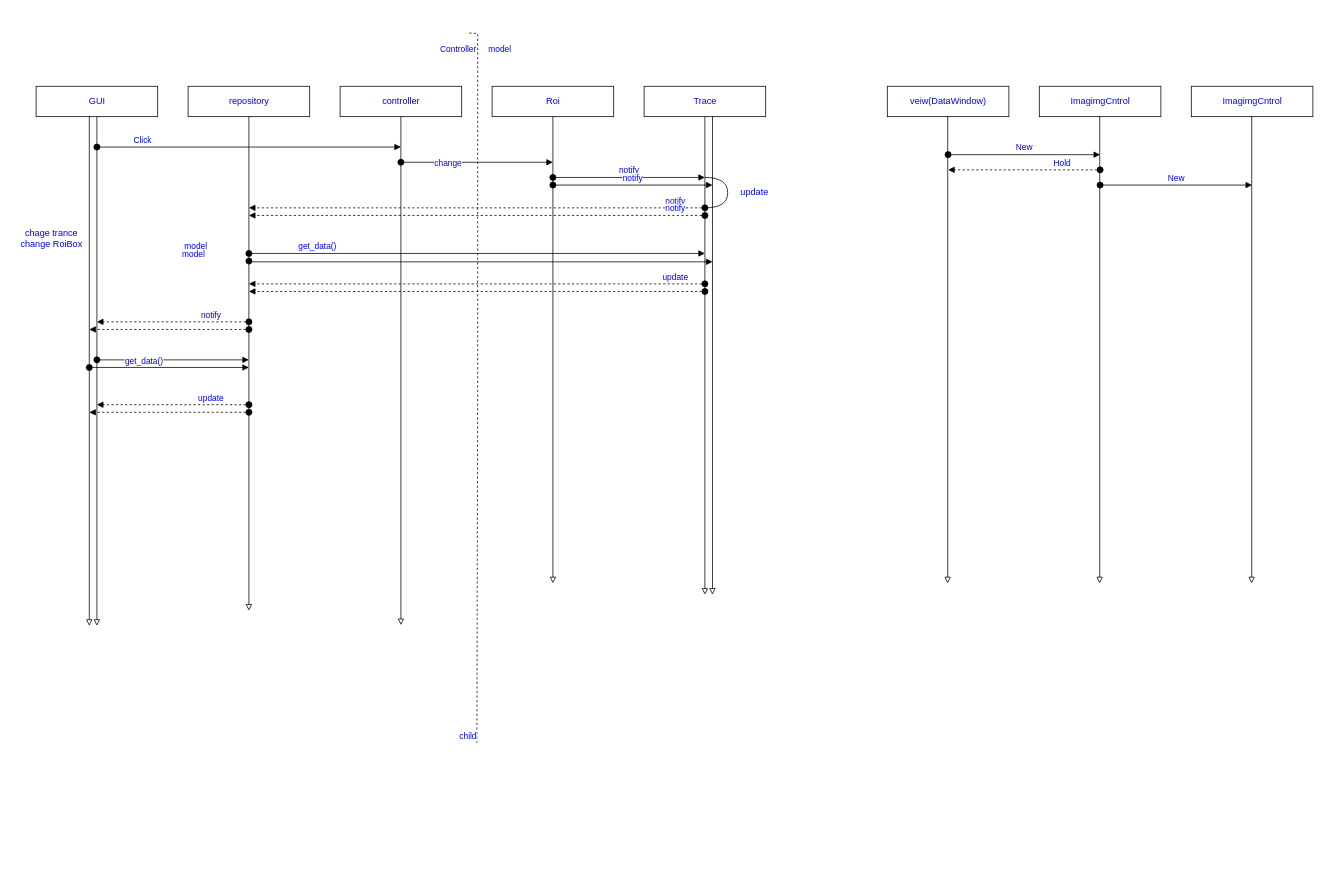
The draw.io diagram page "MVC squence" (4 of 4) of UML_SCANDATA.drawio in lunelukkio/SCANDATA, before the edit. Source tidied: cells renumbered, new cells numbered last; positions are measured from the earlier drawing's top-left corner, leaving out a move shared by most shapes. Both pictures are drawn from the tidied source at 76%, with x=0, y=0 at pixel (13, 33).
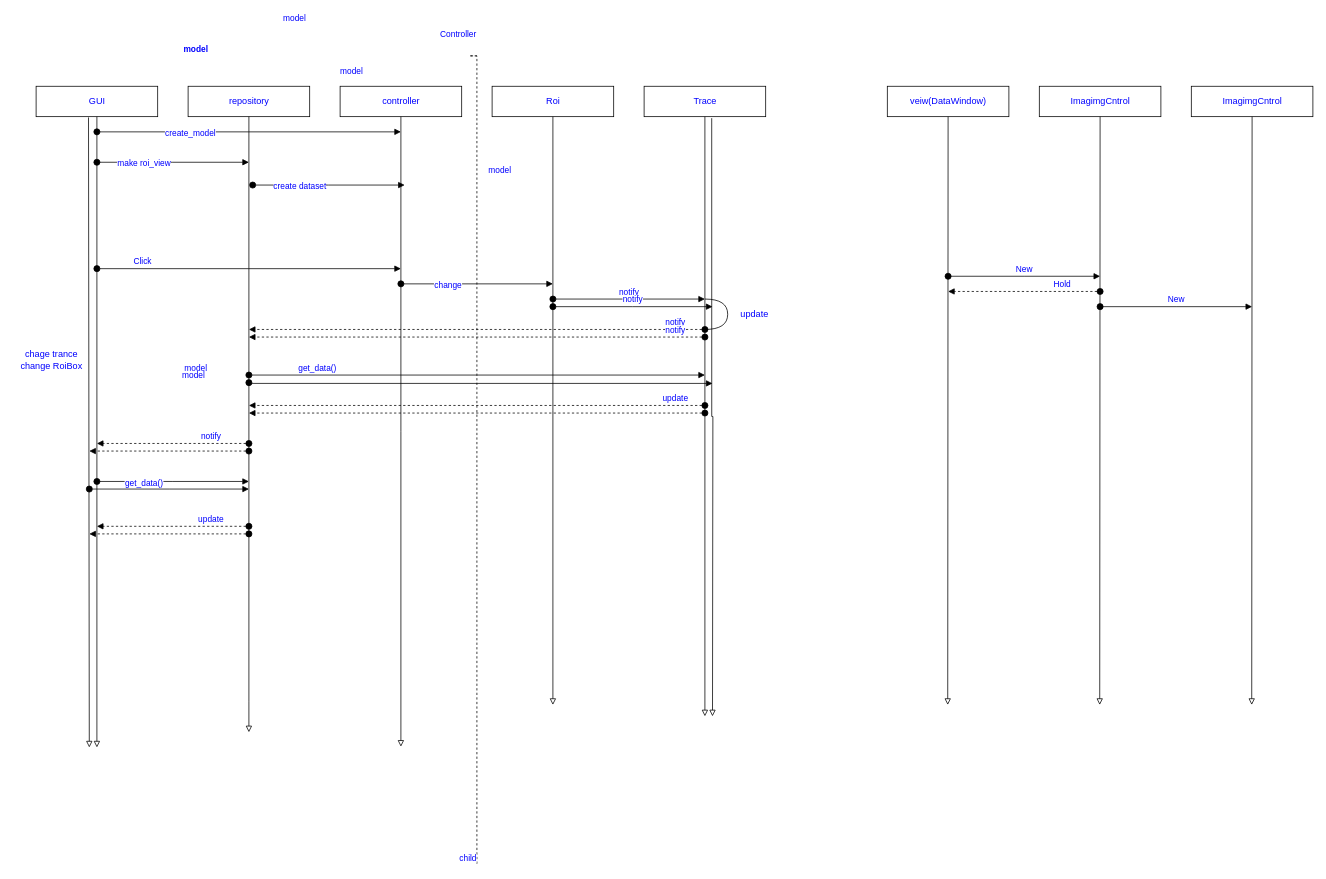
After the change.

The change refers to these unchanged cells:
```xml
<mxCell id="3" value="GUI" style="html=1;fontColor=#0000FF;fillColor=none;" parent="1" vertex="1">
  <mxGeometry x="30" y="70" width="160" height="40" as="geometry" />
</mxCell>
<mxCell id="5" value="controller" style="html=1;fontColor=#0000FF;fillColor=none;" parent="1" vertex="1">
  <mxGeometry x="430" y="70" width="160" height="40" as="geometry" />
</mxCell>
<mxCell id="7" value="Roi" style="html=1;fontColor=#0000FF;fillColor=none;" parent="1" vertex="1">
  <mxGeometry x="630" y="70" width="160" height="40" as="geometry" />
</mxCell>
<mxCell id="9" value="Trace" style="html=1;fontColor=#0000FF;fillColor=none;" parent="1" vertex="1">
  <mxGeometry x="830" y="70" width="160" height="40" as="geometry" />
</mxCell>
<mxCell id="11" value="repository" style="html=1;fontColor=#0000FF;fillColor=none;" parent="1" vertex="1">
  <mxGeometry x="230" y="70" width="160" height="40" as="geometry" />
</mxCell>
<mxCell id="38" value="veiw(DataWindow)" style="html=1;fontColor=#0000FF;fillColor=none;" parent="1" vertex="1">
  <mxGeometry x="1150" y="70" width="160" height="40" as="geometry" />
</mxCell>
<mxCell id="39" value="ImagimgCntrol" style="html=1;fontColor=#0000FF;fillColor=none;" parent="1" vertex="1">
  <mxGeometry x="1350" y="70" width="160" height="40" as="geometry" />
</mxCell>
<mxCell id="40" value="ImagimgCntrol" style="html=1;fontColor=#0000FF;fillColor=none;" parent="1" vertex="1">
  <mxGeometry x="1550" y="70" width="160" height="40" as="geometry" />
</mxCell>
```

What changed in the source:
```diff
@@
     <mxCell id="2" style="edgeStyle=orthogonalEdgeStyle;rounded=0;jettySize=auto;html=1;exitX=0.5;exitY=1;exitDx=0;exitDy=0;fontColor=#0000FF;endArrow=block;endFill=0;" parent="1" edge="1" source="3">
       <mxGeometry relative="1" as="geometry">
-        <mxPoint x="110" y="780" as="targetPoint" />
+        <mxPoint x="110" y="940" as="targetPoint" />
         <Array as="points">
-          <mxPoint x="110" y="780" />
-          <mxPoint x="110" y="780" />
+          <mxPoint x="110" y="940" />
+          <mxPoint x="110" y="940" />
         </Array>
       </mxGeometry>
     </mxCell>
@@
     <mxCell id="4" style="edgeStyle=orthogonalEdgeStyle;rounded=0;jettySize=auto;html=1;exitX=0.5;exitY=1;exitDx=0;exitDy=0;fontColor=#0000FF;endArrow=block;endFill=0;" parent="1" edge="1" source="5">
       <mxGeometry relative="1" as="geometry">
-        <mxPoint x="510" y="779" as="targetPoint" />
+        <mxPoint x="510" y="939" as="targetPoint" />
       </mxGeometry>
     </mxCell>
@@
     <mxCell id="6" style="edgeStyle=orthogonalEdgeStyle;rounded=0;jettySize=auto;html=1;exitX=0.5;exitY=1;exitDx=0;exitDy=0;fontColor=#0000FF;endArrow=block;endFill=0;" parent="1" edge="1" source="7">
       <mxGeometry relative="1" as="geometry">
-        <mxPoint x="710" y="724" as="targetPoint" />
+        <mxPoint x="710" y="884" as="targetPoint" />
       </mxGeometry>
     </mxCell>
@@
     <mxCell id="8" style="edgeStyle=orthogonalEdgeStyle;rounded=0;jettySize=auto;html=1;exitX=0.5;exitY=1;exitDx=0;exitDy=0;fontColor=#0000FF;endArrow=block;endFill=0;" parent="1" edge="1" source="9">
       <mxGeometry relative="1" as="geometry">
-        <mxPoint x="910" y="739" as="targetPoint" />
+        <mxPoint x="910" y="899" as="targetPoint" />
       </mxGeometry>
     </mxCell>
@@
     <mxCell id="10" style="edgeStyle=orthogonalEdgeStyle;rounded=0;jettySize=auto;html=1;exitX=0.5;exitY=1;exitDx=0;exitDy=0;fontColor=#0000FF;endArrow=block;endFill=0;" parent="1" edge="1" source="11">
       <mxGeometry relative="1" as="geometry">
-        <mxPoint x="310" y="760" as="targetPoint" />
+        <mxPoint x="310" y="920" as="targetPoint" />
         <Array as="points">
-          <mxPoint x="310" y="720" />
-          <mxPoint x="310" y="720" />
+          <mxPoint x="310" y="880" />
+          <mxPoint x="310" y="880" />
         </Array>
       </mxGeometry>
     </mxCell>
@@
     <mxCell id="12" value="Click" style="html=1;verticalAlign=bottom;startArrow=oval;startFill=1;endArrow=block;startSize=8;edgeStyle=elbowEdgeStyle;elbow=vertical;curved=0;rounded=0;fontColor=#0000FF;" parent="1" edge="1">
       <mxGeometry x="-0.7" relative="1" as="geometry">
-        <mxPoint x="110" y="150" as="sourcePoint" />
-        <mxPoint x="510" y="150" as="targetPoint" />
+        <mxPoint x="110" y="310" as="sourcePoint" />
+        <mxPoint x="510" y="310" as="targetPoint" />
       </mxGeometry>
     </mxCell>
     <mxCell id="13" value="model" style="html=1;verticalAlign=bottom;startArrow=oval;startFill=1;endArrow=block;startSize=8;edgeStyle=elbowEdgeStyle;elbow=vertical;curved=0;rounded=0;fontColor=#0000FF;" parent="1" edge="1">
       <mxGeometry x="0.3" y="140" relative="1" as="geometry">
-        <mxPoint x="510" y="170" as="sourcePoint" />
-        <mxPoint x="710" y="170" as="targetPoint" />
+        <mxPoint x="510" y="330" as="sourcePoint" />
+        <mxPoint x="710" y="330" as="targetPoint" />
       </mxGeometry>
     </mxCell>
@@
     <mxCell id="15" value="notify" style="html=1;verticalAlign=bottom;startArrow=oval;startFill=1;endArrow=block;startSize=8;edgeStyle=elbowEdgeStyle;elbow=vertical;curved=0;rounded=0;fontColor=#0000FF;" parent="1" edge="1">
       <mxGeometry relative="1" as="geometry">
-        <mxPoint x="710" y="190" as="sourcePoint" />
-        <mxPoint x="910" y="190" as="targetPoint" />
+        <mxPoint x="710" y="350" as="sourcePoint" />
+        <mxPoint x="910" y="350" as="targetPoint" />
       </mxGeometry>
     </mxCell>
     <mxCell id="16" value="notify" style="html=1;verticalAlign=bottom;startArrow=oval;startFill=1;endArrow=block;startSize=8;edgeStyle=elbowEdgeStyle;elbow=vertical;curved=0;rounded=0;fontColor=#0000FF;dashed=1;" parent="1" edge="1">
       <mxGeometry x="-0.87" relative="1" as="geometry">
-        <mxPoint x="910" y="230" as="sourcePoint" />
-        <mxPoint x="310" y="230" as="targetPoint" />
+        <mxPoint x="910" y="390" as="sourcePoint" />
+        <mxPoint x="310" y="390" as="targetPoint" />
       </mxGeometry>
     </mxCell>
     <mxCell id="17" style="shape=requiredInterface;html=1;verticalLabelPosition=bottom;sketch=0;fontColor=#0000FF;fillColor=none;" parent="1" vertex="1">
-      <mxGeometry x="910" y="190" width="30" height="40" as="geometry" />
+      <mxGeometry x="910" y="350" width="30" height="40" as="geometry" />
     </mxCell>
     <mxCell id="18" value="update" style="text;html=1;align=center;verticalAlign=middle;strokeColor=none;fillColor=none;fontColor=#0000FF;" parent="1" vertex="1">
-      <mxGeometry x="945" y="195" width="60" height="30" as="geometry" />
+      <mxGeometry x="945" y="355" width="60" height="30" as="geometry" />
     </mxCell>
     <mxCell id="19" value="notify" style="html=1;verticalAlign=bottom;startArrow=oval;startFill=1;endArrow=block;startSize=8;edgeStyle=elbowEdgeStyle;elbow=vertical;curved=0;rounded=0;fontColor=#0000FF;dashed=1;" parent="1" edge="1">
       <mxGeometry x="-0.5" relative="1" as="geometry">
-        <mxPoint x="310" y="380" as="sourcePoint" />
-        <mxPoint x="110" y="380" as="targetPoint" />
+        <mxPoint x="310" y="540" as="sourcePoint" />
+        <mxPoint x="110" y="540" as="targetPoint" />
       </mxGeometry>
     </mxCell>
     <mxCell id="20" value="notify" style="html=1;verticalAlign=bottom;startArrow=oval;startFill=1;endArrow=block;startSize=8;edgeStyle=elbowEdgeStyle;elbow=vertical;curved=0;rounded=0;fontColor=#0000FF;" parent="1" edge="1">
       <mxGeometry relative="1" as="geometry">
-        <mxPoint x="710" y="200" as="sourcePoint" />
-        <mxPoint x="920" y="200" as="targetPoint" />
+        <mxPoint x="710" y="360" as="sourcePoint" />
+        <mxPoint x="920" y="360" as="targetPoint" />
       </mxGeometry>
     </mxCell>
     <mxCell id="21" value="notify" style="html=1;verticalAlign=bottom;startArrow=oval;startFill=1;endArrow=block;startSize=8;edgeStyle=elbowEdgeStyle;elbow=vertical;curved=0;rounded=0;fontColor=#0000FF;dashed=1;" parent="1" edge="1">
       <mxGeometry x="-0.87" relative="1" as="geometry">
-        <mxPoint x="910" y="240" as="sourcePoint" />
-        <mxPoint x="310" y="240" as="targetPoint" />
+        <mxPoint x="910" y="400" as="sourcePoint" />
+        <mxPoint x="310" y="400" as="targetPoint" />
       </mxGeometry>
     </mxCell>
     <mxCell id="22" value="chage trance&lt;br&gt;change RoiBox" style="text;html=1;align=center;verticalAlign=middle;strokeColor=none;fillColor=none;fontColor=#0000FF;" parent="1" vertex="1">
-      <mxGeometry y="250" width="100" height="40" as="geometry" />
+      <mxGeometry y="410" width="100" height="40" as="geometry" />
     </mxCell>
-    <mxCell id="23" style="edgeStyle=orthogonalEdgeStyle;rounded=0;orthogonalLoop=1;jettySize=auto;html=1;exitX=0.5;exitY=1;exitDx=0;exitDy=0;fontColor=#0000FF;endArrow=block;endFill=0;" parent="1" edge="1">
+    <mxCell id="23" style="edgeStyle=orthogonalEdgeStyle;rounded=0;jettySize=auto;html=1;exitX=0.431;exitY=1.025;exitDx=0;exitDy=0;fontColor=#0000FF;endArrow=block;endFill=0;exitPerimeter=0;" parent="1" edge="1" source="3">
       <mxGeometry relative="1" as="geometry">
-        <mxPoint x="100" y="110" as="sourcePoint" />
-        <mxPoint x="100" y="780" as="targetPoint" />
+        <mxPoint x="100" y="940" as="targetPoint" />
         <Array as="points">
-          <mxPoint x="100" y="780" />
-          <mxPoint x="100" y="780" />
+          <mxPoint x="99" y="940" />
         </Array>
       </mxGeometry>
     </mxCell>
     <mxCell id="24" style="html=1;verticalAlign=bottom;startArrow=oval;startFill=1;endArrow=block;startSize=8;edgeStyle=elbowEdgeStyle;elbow=vertical;curved=0;rounded=0;fontColor=#0000FF;dashed=1;" parent="1" edge="1">
       <mxGeometry x="-0.5" relative="1" as="geometry">
-        <mxPoint x="310" y="390" as="sourcePoint" />
-        <mxPoint x="100" y="390" as="targetPoint" />
+        <mxPoint x="310" y="550" as="sourcePoint" />
+        <mxPoint x="100" y="550" as="targetPoint" />
       </mxGeometry>
     </mxCell>
-    <mxCell id="25" style="edgeStyle=orthogonalEdgeStyle;rounded=0;orthogonalLoop=1;jettySize=auto;html=1;exitX=0.5;exitY=1;exitDx=0;exitDy=0;fontColor=#0000FF;endArrow=block;endFill=0;" parent="1" edge="1">
+    <mxCell id="25" style="edgeStyle=orthogonalEdgeStyle;rounded=0;jettySize=auto;html=1;exitX=0.556;exitY=1.05;exitDx=0;exitDy=0;fontColor=#0000FF;endArrow=block;endFill=0;exitPerimeter=0;" parent="1" edge="1" source="9">
       <mxGeometry relative="1" as="geometry">
-        <mxPoint x="920" y="110" as="sourcePoint" />
-        <mxPoint x="920" y="739" as="targetPoint" />
+        <mxPoint x="920" y="899" as="targetPoint" />
       </mxGeometry>
     </mxCell>
     <mxCell id="26" style="endArrow=none;html=1;edgeStyle=orthogonalEdgeStyle;rounded=0;dashed=1;fontColor=#0000FF;" parent="1" edge="1">
       <mxGeometry relative="1" as="geometry">
-        <mxPoint x="600" as="sourcePoint" />
-        <mxPoint x="610" y="934" as="targetPoint" />
+        <mxPoint x="610" y="30" as="sourcePoint" />
+        <mxPoint x="610" y="1094" as="targetPoint" />
+        <Array as="points">
+          <mxPoint x="600" y="30" />
+          <mxPoint x="610" y="30" />
+        </Array>
       </mxGeometry>
     </mxCell>
     <mxCell id="27" value="Controller" style="edgeLabel;html=1;align=left;verticalAlign=bottom;fontColor=#0000FF;fillColor=none;" parent="26" vertex="1">
       <mxGeometry x="-1" relative="1" as="geometry">
-        <mxPoint x="-40" y="30" as="offset" />
+        <mxPoint x="-50" y="-20" as="offset" />
       </mxGeometry>
     </mxCell>
@@
     <mxCell id="29" value="get_data()" style="html=1;verticalAlign=bottom;startArrow=oval;startFill=1;endArrow=block;startSize=8;edgeStyle=elbowEdgeStyle;elbow=vertical;curved=0;rounded=0;fontColor=#0000FF;" parent="1" edge="1">
       <mxGeometry x="-0.7" relative="1" as="geometry">
-        <mxPoint x="310" y="290" as="sourcePoint" />
-        <mxPoint x="910" y="290.5" as="targetPoint" />
+        <mxPoint x="310" y="450" as="sourcePoint" />
+        <mxPoint x="910" y="450.5" as="targetPoint" />
       </mxGeometry>
     </mxCell>
     <mxCell id="30" style="html=1;verticalAlign=bottom;startArrow=oval;startFill=1;endArrow=block;startSize=8;edgeStyle=elbowEdgeStyle;elbow=vertical;curved=0;rounded=0;fontColor=#0000FF;" parent="1" edge="1">
       <mxGeometry x="-0.7" relative="1" as="geometry">
-        <mxPoint x="310" y="300" as="sourcePoint" />
-        <mxPoint x="920" y="301" as="targetPoint" />
+        <mxPoint x="310" y="460" as="sourcePoint" />
+        <mxPoint x="920" y="461" as="targetPoint" />
       </mxGeometry>
     </mxCell>
     <mxCell id="31" value="update" style="html=1;verticalAlign=bottom;startArrow=oval;startFill=1;endArrow=block;startSize=8;edgeStyle=elbowEdgeStyle;elbow=vertical;curved=0;rounded=0;fontColor=#0000FF;dashed=1;" parent="1" edge="1">
       <mxGeometry x="-0.87" relative="1" as="geometry">
-        <mxPoint x="910" y="330" as="sourcePoint" />
-        <mxPoint x="310" y="330" as="targetPoint" />
+        <mxPoint x="910" y="490" as="sourcePoint" />
+        <mxPoint x="310" y="490" as="targetPoint" />
       </mxGeometry>
     </mxCell>
     <mxCell id="32" style="html=1;verticalAlign=bottom;startArrow=oval;startFill=1;endArrow=block;startSize=8;edgeStyle=elbowEdgeStyle;elbow=vertical;curved=0;rounded=0;fontColor=#0000FF;dashed=1;" parent="1" edge="1">
       <mxGeometry x="-0.87" relative="1" as="geometry">
-        <mxPoint x="910" y="340" as="sourcePoint" />
-        <mxPoint x="310" y="340" as="targetPoint" />
+        <mxPoint x="910" y="500" as="sourcePoint" />
+        <mxPoint x="310" y="500" as="targetPoint" />
       </mxGeometry>
     </mxCell>
     <mxCell id="33" value="model" style="html=1;verticalAlign=bottom;startArrow=oval;startFill=1;endArrow=block;startSize=8;edgeStyle=elbowEdgeStyle;elbow=vertical;curved=0;rounded=0;fontColor=#0000FF;" parent="1" edge="1">
       <mxGeometry x="0.3" y="140" relative="1" as="geometry">
-        <mxPoint x="110" y="430" as="sourcePoint" />
-        <mxPoint x="310" y="430" as="targetPoint" />
+        <mxPoint x="110" y="590" as="sourcePoint" />
+        <mxPoint x="310" y="590" as="targetPoint" />
       </mxGeometry>
     </mxCell>
@@
     <mxCell id="35" value="model" style="html=1;verticalAlign=bottom;startArrow=oval;startFill=1;endArrow=block;startSize=8;edgeStyle=elbowEdgeStyle;elbow=vertical;curved=0;rounded=0;fontColor=#0000FF;" parent="1" edge="1">
       <mxGeometry x="0.3" y="140" relative="1" as="geometry">
-        <mxPoint x="100" y="440" as="sourcePoint" />
-        <mxPoint x="310" y="440" as="targetPoint" />
+        <mxPoint x="100" y="600" as="sourcePoint" />
+        <mxPoint x="310" y="600" as="targetPoint" />
       </mxGeometry>
     </mxCell>
     <mxCell id="36" value="update" style="html=1;verticalAlign=bottom;startArrow=oval;startFill=1;endArrow=block;startSize=8;edgeStyle=elbowEdgeStyle;elbow=vertical;curved=0;rounded=0;fontColor=#0000FF;dashed=1;" parent="1" edge="1">
       <mxGeometry x="-0.5" relative="1" as="geometry">
-        <mxPoint x="310" y="489" as="sourcePoint" />
-        <mxPoint x="110" y="489" as="targetPoint" />
+        <mxPoint x="310" y="649" as="sourcePoint" />
+        <mxPoint x="110" y="649" as="targetPoint" />
       </mxGeometry>
     </mxCell>
     <mxCell id="37" style="html=1;verticalAlign=bottom;startArrow=oval;startFill=1;endArrow=block;startSize=8;edgeStyle=elbowEdgeStyle;elbow=vertical;curved=0;rounded=0;fontColor=#0000FF;dashed=1;" parent="1" edge="1">
       <mxGeometry x="-0.5" relative="1" as="geometry">
-        <mxPoint x="310" y="499" as="sourcePoint" />
-        <mxPoint x="100" y="499" as="targetPoint" />
+        <mxPoint x="310" y="659" as="sourcePoint" />
+        <mxPoint x="100" y="659" as="targetPoint" />
       </mxGeometry>
     </mxCell>
@@
-    <mxCell id="41" style="edgeStyle=orthogonalEdgeStyle;rounded=0;orthogonalLoop=1;jettySize=auto;html=1;exitX=0.5;exitY=1;exitDx=0;exitDy=0;fontColor=#0000FF;endArrow=block;endFill=0;" parent="1" edge="1">
+    <mxCell id="41" style="edgeStyle=orthogonalEdgeStyle;rounded=0;jettySize=auto;html=1;exitX=0.5;exitY=1;exitDx=0;exitDy=0;fontColor=#0000FF;endArrow=block;endFill=0;" parent="1" edge="1" source="38">
       <mxGeometry relative="1" as="geometry">
-        <mxPoint x="1229.5" y="110" as="sourcePoint" />
-        <mxPoint x="1229.5" y="724" as="targetPoint" />
+        <mxPoint x="1229.5" y="884" as="targetPoint" />
       </mxGeometry>
     </mxCell>
-    <mxCell id="42" style="edgeStyle=orthogonalEdgeStyle;rounded=0;orthogonalLoop=1;jettySize=auto;html=1;exitX=0.5;exitY=1;exitDx=0;exitDy=0;fontColor=#0000FF;endArrow=block;endFill=0;" parent="1" edge="1">
+    <mxCell id="42" style="edgeStyle=orthogonalEdgeStyle;rounded=0;jettySize=auto;html=1;exitX=0.5;exitY=1;exitDx=0;exitDy=0;fontColor=#0000FF;endArrow=block;endFill=0;" parent="1" edge="1" source="39">
       <mxGeometry relative="1" as="geometry">
-        <mxPoint x="1429.5" y="110" as="sourcePoint" />
-        <mxPoint x="1429.5" y="724" as="targetPoint" />
+        <mxPoint x="1429.5" y="884" as="targetPoint" />
       </mxGeometry>
     </mxCell>
-    <mxCell id="43" style="edgeStyle=orthogonalEdgeStyle;rounded=0;orthogonalLoop=1;jettySize=auto;html=1;exitX=0.5;exitY=1;exitDx=0;exitDy=0;fontColor=#0000FF;endArrow=block;endFill=0;" parent="1" edge="1">
+    <mxCell id="43" style="edgeStyle=orthogonalEdgeStyle;rounded=0;jettySize=auto;html=1;exitX=0.5;exitY=1;exitDx=0;exitDy=0;fontColor=#0000FF;endArrow=block;endFill=0;" parent="1" edge="1" source="40">
       <mxGeometry relative="1" as="geometry">
-        <mxPoint x="1629.5" y="110" as="sourcePoint" />
-        <mxPoint x="1629.5" y="724" as="targetPoint" />
+        <mxPoint x="1629.5" y="884" as="targetPoint" />
       </mxGeometry>
     </mxCell>
     <mxCell id="44" value="New" style="html=1;verticalAlign=bottom;startArrow=oval;startFill=1;endArrow=block;startSize=8;edgeStyle=elbowEdgeStyle;elbow=vertical;curved=0;rounded=0;fontColor=#0000FF;" parent="1" edge="1">
       <mxGeometry relative="1" as="geometry">
-        <mxPoint x="1230" y="160" as="sourcePoint" />
-        <mxPoint x="1430" y="160" as="targetPoint" />
+        <mxPoint x="1230" y="320" as="sourcePoint" />
+        <mxPoint x="1430" y="320" as="targetPoint" />
       </mxGeometry>
     </mxCell>
     <mxCell id="45" value="New" style="html=1;verticalAlign=bottom;startArrow=oval;startFill=1;endArrow=block;startSize=8;edgeStyle=elbowEdgeStyle;elbow=vertical;curved=0;rounded=0;fontColor=#0000FF;" parent="1" edge="1">
       <mxGeometry relative="1" as="geometry">
-        <mxPoint x="1430" y="200" as="sourcePoint" />
-        <mxPoint x="1630" y="200" as="targetPoint" />
+        <mxPoint x="1430" y="360" as="sourcePoint" />
+        <mxPoint x="1630" y="360" as="targetPoint" />
       </mxGeometry>
     </mxCell>
     <mxCell id="46" value="Hold" style="html=1;verticalAlign=bottom;startArrow=oval;startFill=1;endArrow=block;startSize=8;edgeStyle=elbowEdgeStyle;elbow=vertical;curved=0;rounded=0;fontColor=#0000FF;dashed=1;" parent="1" edge="1">
       <mxGeometry x="-0.5" relative="1" as="geometry">
-        <mxPoint x="1430" y="180" as="sourcePoint" />
-        <mxPoint x="1230" y="180" as="targetPoint" />
+        <mxPoint x="1430" y="340" as="sourcePoint" />
+        <mxPoint x="1230" y="340" as="targetPoint" />
       </mxGeometry>
     </mxCell>
+    <mxCell id="47" value="model" style="html=1;verticalAlign=bottom;startArrow=oval;startFill=1;endArrow=block;startSize=8;edgeStyle=elbowEdgeStyle;elbow=vertical;curved=0;rounded=0;fontColor=#0000FF;fontStyle=1;" parent="1" edge="1">
+      <mxGeometry x="0.3" y="140" relative="1" as="geometry">
+        <mxPoint x="110" y="170" as="sourcePoint" />
+        <mxPoint x="310" y="170" as="targetPoint" />
+      </mxGeometry>
+    </mxCell>
+    <mxCell id="48" value="make roi_view" style="edgeLabel;html=1;align=center;verticalAlign=middle;fontColor=#0000FF;" parent="47" vertex="1">
+      <mxGeometry x="-0.39" y="-1" relative="1" as="geometry" />
+    </mxCell>
+    <mxCell id="49" value="model" style="html=1;verticalAlign=bottom;startArrow=oval;startFill=1;endArrow=block;startSize=8;edgeStyle=elbowEdgeStyle;elbow=vertical;curved=0;rounded=0;fontColor=#0000FF;" parent="1" edge="1">
+      <mxGeometry x="0.3" y="140" relative="1" as="geometry">
+        <mxPoint x="315" y="200" as="sourcePoint" />
+        <mxPoint x="515" y="200" as="targetPoint" />
+      </mxGeometry>
+    </mxCell>
+    <mxCell id="50" value="create dataset" style="edgeLabel;html=1;align=center;verticalAlign=middle;fontColor=#0000FF;" parent="49" vertex="1">
+      <mxGeometry x="-0.39" y="-1" relative="1" as="geometry" />
+    </mxCell>
+    <mxCell id="51" value="model" style="html=1;verticalAlign=bottom;startArrow=oval;startFill=1;endArrow=block;startSize=8;edgeStyle=elbowEdgeStyle;elbow=vertical;curved=0;rounded=0;fontColor=#0000FF;" parent="1" edge="1">
+      <mxGeometry x="0.3" y="140" relative="1" as="geometry">
+        <mxPoint x="110" y="130" as="sourcePoint" />
+        <mxPoint x="510" y="130" as="targetPoint" />
+      </mxGeometry>
+    </mxCell>
+    <mxCell id="52" value="create_model" style="edgeLabel;html=1;align=center;verticalAlign=middle;fontColor=#0000FF;" parent="51" vertex="1">
+      <mxGeometry x="-0.39" y="-1" relative="1" as="geometry" />
+    </mxCell>
```
